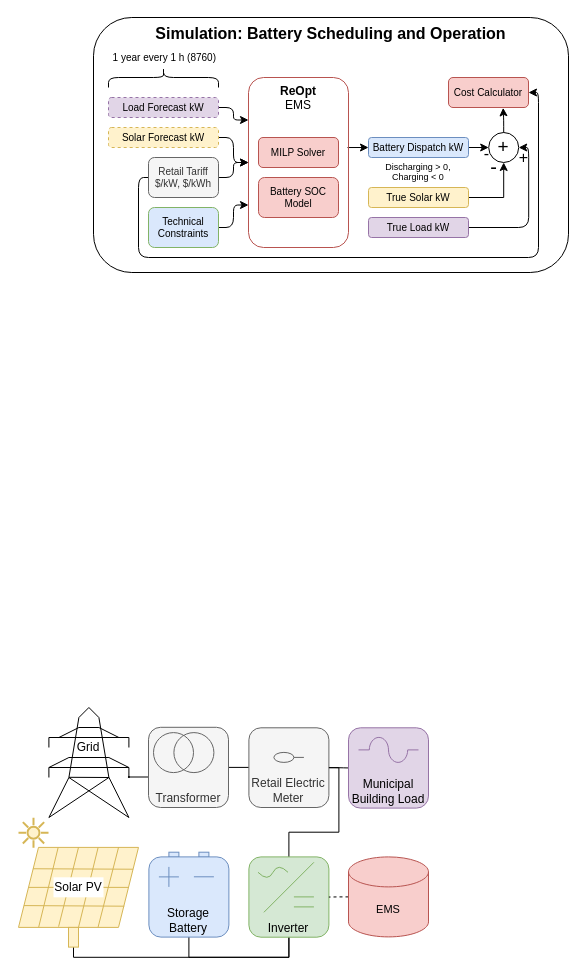
Above: paper/images.drawio in woodjmichael/Bifacial-solar-and-peakshaving (draw.io), before the change. Source tidied: cells renumbered, new cells numbered last; positions are measured from the earlier drawing's top-left corner, leaving out a move shared by most shapes. Both pictures are drawn from the tidied source at 100%, with x=0, y=0 at pixel (18, 17).
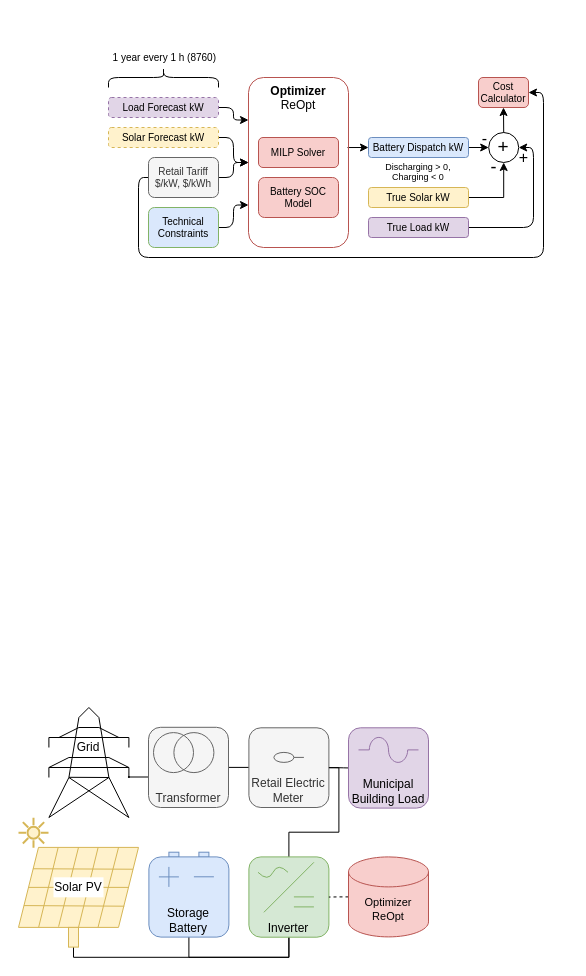
Above is the later version.

Unchanged cells that the change refers to:
```xml
<mxCell id="10" value="Retail Tariff&lt;br style=&quot;font-size: 10px;&quot;&gt;$/kW, $/kWh" style="rounded=1;whiteSpace=wrap;html=1;fillColor=#f5f5f5;strokeColor=#666666;glass=0;fontColor=#333333;fontSize=10;" parent="1" vertex="1">
  <mxGeometry x="130" y="140" width="70" height="40" as="geometry" />
</mxCell>
<mxCell id="17" style="edgeStyle=none;html=1;entryX=0;entryY=0.5;entryDx=0;entryDy=0;fontSize=9;" parent="1" edge="1" source="19" target="88">
  <mxGeometry relative="1" as="geometry" />
</mxCell>
<mxCell id="84" value="True Load kW" style="rounded=1;whiteSpace=wrap;html=1;fillColor=#e1d5e7;strokeColor=#9673a6;glass=0;fontSize=10;" parent="1" vertex="1">
  <mxGeometry x="350" y="200" width="100" height="20" as="geometry" />
</mxCell>
<mxCell id="86" value="True Solar kW" style="rounded=1;whiteSpace=wrap;html=1;fillColor=#fff2cc;strokeColor=#d6b656;glass=0;fontSize=10;" parent="1" vertex="1">
  <mxGeometry x="350" y="170" width="100" height="20" as="geometry" />
</mxCell>
<mxCell id="88" value="&lt;font style=&quot;font-size: 19px;&quot;&gt;+&lt;/font&gt;" style="ellipse;whiteSpace=wrap;html=1;glass=0;sketch=0;strokeColor=default;fontSize=11;fillColor=none;" parent="1" vertex="1">
  <mxGeometry x="470.2" y="115" width="30" height="30" as="geometry" />
</mxCell>
```

What changed in the source:
```diff
@@
-    <mxCell id="3" value="&lt;b&gt;&lt;font style=&quot;font-size: 16px;&quot;&gt;Simulation: Battery Scheduling and Operation&lt;/font&gt;&lt;/b&gt;" style="rounded=1;whiteSpace=wrap;html=1;glass=0;sketch=0;fontSize=11;fillColor=none;verticalAlign=top;" parent="1" vertex="1">
-      <mxGeometry x="75" width="475" height="255" as="geometry" />
-    </mxCell>
@@
     <mxCell id="9" style="edgeStyle=orthogonalEdgeStyle;html=1;entryX=1;entryY=0.5;entryDx=0;entryDy=0;fontSize=16;" parent="1" edge="1" source="10" target="89">
       <mxGeometry relative="1" as="geometry">
         <Array as="points">
           <mxPoint x="120" y="160" />
           <mxPoint x="120" y="240" />
-          <mxPoint x="520" y="240" />
-          <mxPoint x="520" y="75" />
+          <mxPoint x="525" y="240" />
+          <mxPoint x="525" y="75" />
         </Array>
       </mxGeometry>
     </mxCell>
@@
-    <mxCell id="14" value="&lt;b&gt;ReOpt&lt;/b&gt;&lt;br&gt;EMS" style="rounded=1;whiteSpace=wrap;html=1;fillColor=none;strokeColor=#b85450;verticalAlign=top;glass=0;" parent="1" vertex="1">
+    <mxCell id="14" value="&lt;b&gt;Optimizer&lt;/b&gt;&lt;br&gt;ReOpt" style="rounded=1;whiteSpace=wrap;html=1;fillColor=none;strokeColor=#b85450;verticalAlign=top;glass=0;" parent="1" vertex="1">
       <mxGeometry x="230" y="60" width="100" height="170" as="geometry" />
     </mxCell>
@@
     <mxCell id="18" value="-" style="edgeLabel;html=1;align=center;verticalAlign=middle;fontSize=16;labelBackgroundColor=none;" parent="17" vertex="1">
       <mxGeometry x="0.35" relative="1" as="geometry">
-        <mxPoint x="3" y="5" as="offset" />
+        <mxPoint x="1" y="-10" as="offset" />
       </mxGeometry>
     </mxCell>
@@
-    <mxCell id="80" value="EMS" style="shape=cylinder3;whiteSpace=wrap;html=1;boundedLbl=1;backgroundOutline=1;size=15;glass=0;sketch=0;fontSize=11;fillColor=#f8cecc;strokeColor=#b85450;" parent="1" vertex="1">
+    <mxCell id="80" value="Optimizer&lt;br&gt;ReOpt" style="shape=cylinder3;whiteSpace=wrap;html=1;boundedLbl=1;backgroundOutline=1;size=15;glass=0;sketch=0;fontSize=11;fillColor=#f8cecc;strokeColor=#b85450;" parent="1" vertex="1">
       <mxGeometry x="330" y="839.4" width="80" height="80" as="geometry" />
     </mxCell>
@@
     <mxCell id="83" value="+" style="edgeStyle=orthogonalEdgeStyle;html=1;entryX=1;entryY=0.5;entryDx=0;entryDy=0;fontSize=16;labelBackgroundColor=none;" parent="1" edge="1" source="84" target="88">
-      <mxGeometry x="0.73" y="5" relative="1" as="geometry" />
+      <mxGeometry x="0.94" y="10" relative="1" as="geometry">
+        <Array as="points">
+          <mxPoint x="515" y="210" />
+          <mxPoint x="515" y="130" />
+        </Array>
+      </mxGeometry>
     </mxCell>
@@
-    <mxCell id="85" value="-" style="edgeStyle=orthogonalEdgeStyle;rounded=0;html=1;entryX=0.5;entryY=1;entryDx=0;entryDy=0;fontSize=20;startArrow=none;startFill=0;endArrow=classic;endFill=1;labelBackgroundColor=none;" parent="1" edge="1" source="86" target="88">
+    <mxCell id="85" value="&lt;font style=&quot;font-size: 18px;&quot;&gt;-&lt;/font&gt;" style="edgeStyle=orthogonalEdgeStyle;rounded=0;html=1;entryX=0.5;entryY=1;entryDx=0;entryDy=0;fontSize=20;startArrow=none;startFill=0;endArrow=classic;endFill=1;labelBackgroundColor=none;" parent="1" edge="1" source="86" target="88">
       <mxGeometry x="0.89" y="10" relative="1" as="geometry" />
     </mxCell>
@@
-    <mxCell id="87" style="edgeStyle=orthogonalEdgeStyle;html=1;entryX=0.683;entryY=1.011;entryDx=0;entryDy=0;entryPerimeter=0;fontSize=10;" parent="1" edge="1" source="88" target="89">
+    <mxCell id="87" style="edgeStyle=none;html=1;entryX=0.5;entryY=1;entryDx=0;entryDy=0;" parent="1" edge="1" source="88" target="89">
       <mxGeometry relative="1" as="geometry" />
     </mxCell>
@@
     <mxCell id="89" value="Cost Calculator" style="rounded=1;whiteSpace=wrap;html=1;fillColor=#f8cecc;strokeColor=#b85450;glass=0;fontSize=10;" parent="1" vertex="1">
-      <mxGeometry x="430" y="60" width="80" height="30" as="geometry" />
+      <mxGeometry x="460" y="60" width="50" height="30" as="geometry" />
     </mxCell>
```
